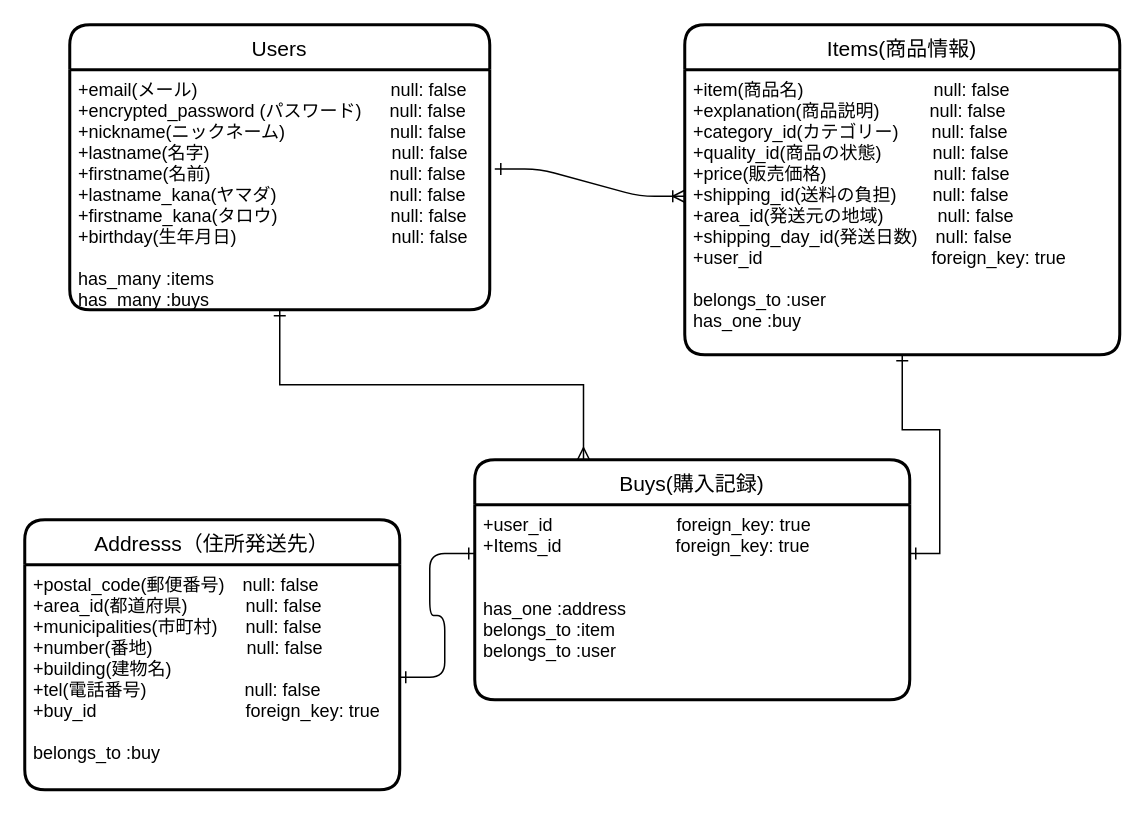
Earlier version of the draw.io diagram furima.dio (yux521/furima-32972). Source tidied: cells renumbered, new cells numbered last; positions are measured from the earlier drawing's top-left corner, leaving out a move shared by most shapes. Both pictures are drawn from the tidied source at 150%, with x=0, y=0 at pixel (24, 24).
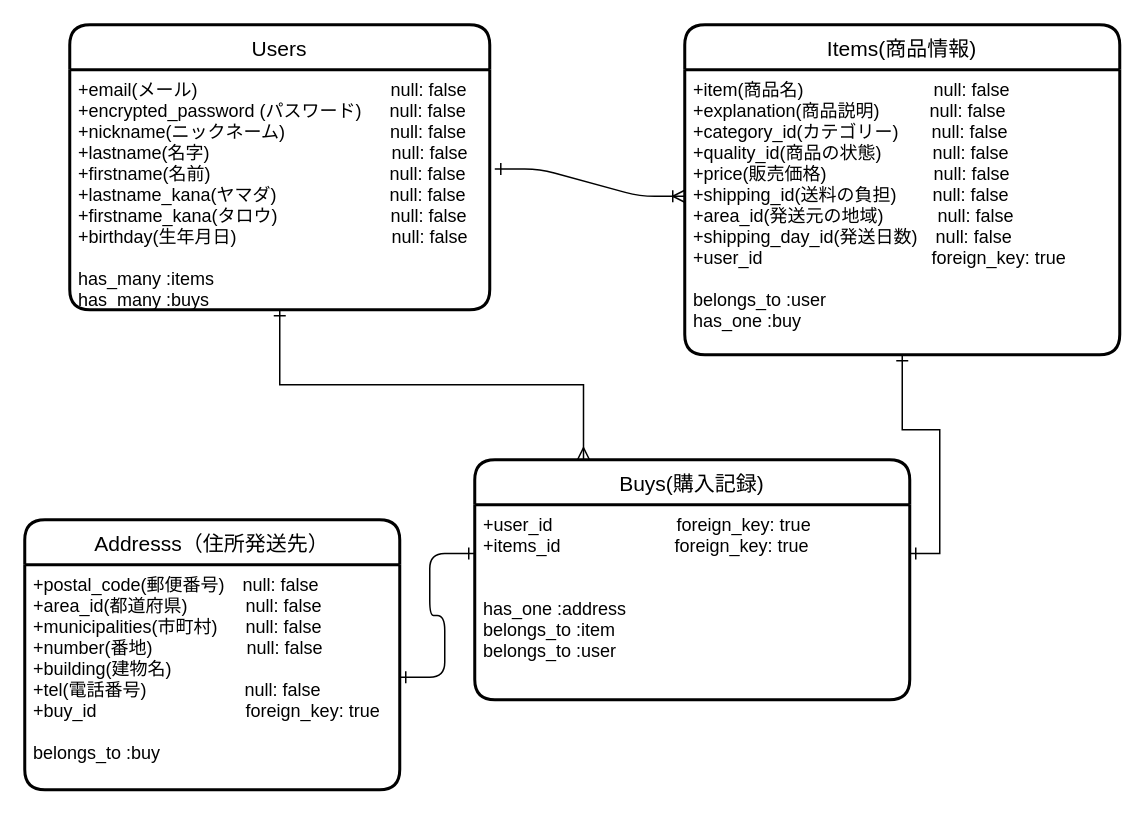
The same page after the edit.

The edit, as a diff of the source:
```diff
@@
 <mxGraphModel>
   <root>
     <mxCell id="0" />
     <mxCell id="1" parent="0" />
     <mxCell id="2" value="Users" style="swimlane;horizontal=1;startSize=30;rounded=1;fontSize=14;fontStyle=0;strokeWidth=2;shadow=0;dashed=0;align=center;" parent="1" vertex="1">
       <mxGeometry x="30" width="280" height="190" as="geometry" />
     </mxCell>
     <mxCell id="3" value="+email(メール)                 　　　　　　null: false&#10;+encrypted_password  (パスワード)　  null: false&#10;+nickname(ニックネーム)　　　　　   null: false&#10;+lastname(名字)　 　　　　　　　　   null: false&#10;+firstname(名前)　       　　　　　　　null: false&#10;+lastname_kana(ヤマダ)　　　　　　 null: false&#10;+firstname_kana(タロウ)　　　　 　　null: false&#10;+birthday(生年月日)          　　　　　   null: false&#10;&#10;has_many :items&#10;has_many :buys" style="align=left;strokeColor=none;fillColor=none;spacingLeft=4;fontSize=12;verticalAlign=top;" parent="2" vertex="1">
       <mxGeometry y="30" width="280" height="160" as="geometry" />
     </mxCell>
     <mxCell id="4" value="Items(商品情報)" style="swimlane;horizontal=1;startSize=30;rounded=1;fontSize=14;fontStyle=0;strokeWidth=2;shadow=0;dashed=0;align=center;" parent="1" vertex="1">
       <mxGeometry x="440" width="290" height="220" as="geometry" />
     </mxCell>
     <mxCell id="5" value="+item(商品名)　　　　　        null: false&#10;+explanation(商品説明)          null: false&#10;+category_id(カテゴリー)　   null: false&#10;+quality_id(商品の状態)　　   null: false&#10;+price(販売価格)　　　　       null: false&#10;+shipping_id(送料の負担)　　null: false&#10;+area_id(発送元の地域)　　　null: false&#10;+shipping_day_id(発送日数)　null: false&#10;+user_id 　                　  　    foreign_key: true&#10;&#10;belongs_to :user&#10;has_one :buy" style="align=left;strokeColor=none;fillColor=none;spacingLeft=4;fontSize=12;verticalAlign=top;" parent="4" vertex="1">
       <mxGeometry y="30" width="290" height="190" as="geometry" />
     </mxCell>
     <mxCell id="6" style="edgeStyle=orthogonalEdgeStyle;rounded=0;jettySize=auto;html=1;exitX=0.25;exitY=0;exitDx=0;exitDy=0;entryX=0.5;entryY=1;entryDx=0;entryDy=0;startArrow=ERmany;startFill=0;endArrow=ERone;endFill=0;" parent="1" edge="1" source="7" target="3">
       <mxGeometry relative="1" as="geometry" />
     </mxCell>
     <mxCell id="7" value="Buys(購入記録)" style="swimlane;horizontal=1;startSize=30;rounded=1;fontSize=14;fontStyle=0;strokeWidth=2;shadow=0;dashed=0;align=center;" parent="1" vertex="1">
       <mxGeometry x="300" y="290" width="290" height="160" as="geometry" />
     </mxCell>
-    <mxCell id="8" value="+user_id 　　             　foreign_key: true&#10;+Items_id　　　            foreign_key: true&#10;&#10;&#10;has_one :address&#10;belongs_to :item&#10;belongs_to :user" style="align=left;strokeColor=none;fillColor=none;spacingLeft=4;fontSize=12;verticalAlign=top;" parent="7" vertex="1">
+    <mxCell id="8" value="+user_id 　　             　foreign_key: true&#10;+items_id　　　            foreign_key: true&#10;&#10;&#10;has_one :address&#10;belongs_to :item&#10;belongs_to :user" style="align=left;strokeColor=none;fillColor=none;spacingLeft=4;fontSize=12;verticalAlign=top;" parent="7" vertex="1">
       <mxGeometry y="30" width="290" height="130" as="geometry" />
     </mxCell>
     <mxCell id="9" value="Addresss（住所発送先）" style="swimlane;horizontal=1;startSize=30;rounded=1;fontSize=14;fontStyle=0;strokeWidth=2;shadow=0;dashed=0;align=center;" parent="1" vertex="1">
       <mxGeometry y="330" width="250" height="180" as="geometry" />
     </mxCell>
     <mxCell id="10" value="+postal_code(郵便番号)　null: false&#10;+area_id(都道府県)　        null: false&#10;+municipalities(市町村)　  null: false&#10;+number(番地)      　　　  null: false&#10;+building(建物名) &#10;+tel(電話番号)　                null: false&#10;+buy_id　　　                   foreign_key: true&#10;&#10;belongs_to :buy" style="align=left;strokeColor=none;fillColor=none;spacingLeft=4;fontSize=12;verticalAlign=top;" parent="9" vertex="1">
       <mxGeometry y="30" width="250" height="150" as="geometry" />
     </mxCell>
     <mxCell id="11" style="edgeStyle=entityRelationEdgeStyle;fontSize=12;html=1;endArrow=ERoneToMany;exitX=1.012;exitY=0.414;exitDx=0;exitDy=0;exitPerimeter=0;entryX=0;entryY=0.444;entryDx=0;entryDy=0;entryPerimeter=0;startArrow=ERone;startFill=0;" parent="1" edge="1" source="3" target="5">
       <mxGeometry relative="1" as="geometry" />
     </mxCell>
     <mxCell id="12" style="edgeStyle=entityRelationEdgeStyle;fontSize=12;html=1;endArrow=ERone;startArrow=ERone;entryX=0;entryY=0.25;entryDx=0;entryDy=0;endFill=0;startFill=0;" parent="1" edge="1" source="10" target="8">
       <mxGeometry relative="1" as="geometry" />
     </mxCell>
     <mxCell id="13" style="edgeStyle=orthogonalEdgeStyle;rounded=0;jettySize=auto;html=1;exitX=0.5;exitY=1;exitDx=0;exitDy=0;entryX=1;entryY=0.25;entryDx=0;entryDy=0;startArrow=ERone;startFill=0;endArrow=ERone;endFill=0;" parent="1" edge="1" source="5" target="8">
       <mxGeometry relative="1" as="geometry" />
     </mxCell>
   </root>
 </mxGraphModel>
```
